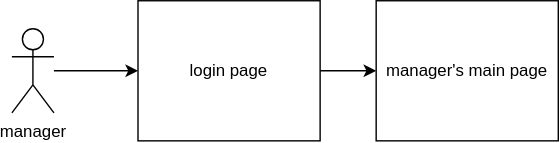
Above: Drawio/2.2.3.drawio.svg in CCCpeggy/Reservatio-system (draw.io), before the change. Source tidied: cells renumbered, new cells last; positions are measured from the earlier drawing's top-left corner, leaving out a move shared by most shapes.
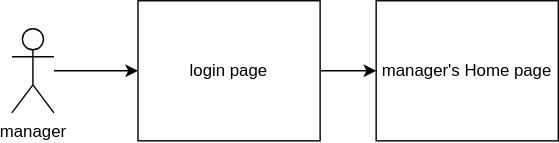
The same diagram one commit later.

Change to the diagram source:
```diff
@@ -14,7 +14,7 @@
     <mxCell id="5" value="manager" style="shape=umlActor;verticalLabelPosition=bottom;verticalAlign=top;html=1;outlineConnect=0;" parent="1" vertex="1">
       <mxGeometry y="20" width="30" height="60" as="geometry" />
     </mxCell>
-    <mxCell id="6" value="manager's main page" style="rounded=0;whiteSpace=wrap;html=1;verticalAlign=middle;" parent="1" vertex="1">
+    <mxCell id="6" value="manager's Home page" style="rounded=0;whiteSpace=wrap;html=1;verticalAlign=middle;" parent="1" vertex="1">
       <mxGeometry x="260" width="130" height="100" as="geometry" />
     </mxCell>
   </root>
```
